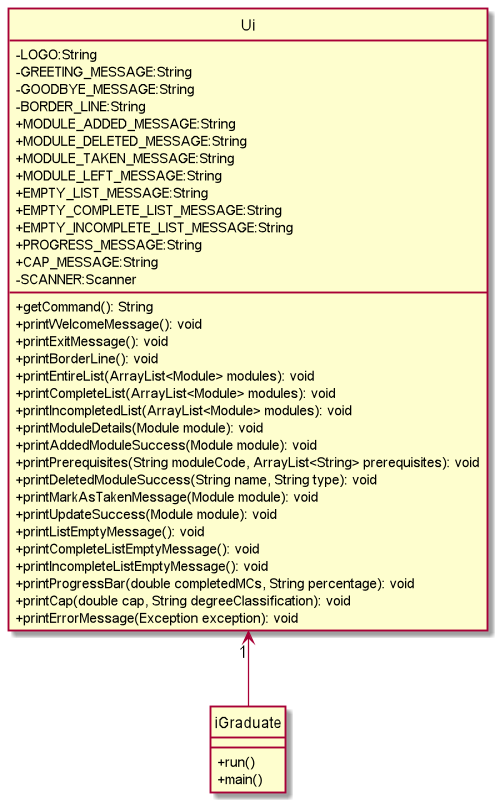
Earlier version of the PlantUML export docs/images/UiClassDiagram.png (oscarlai1998/tp).
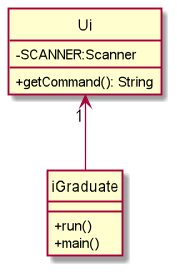
After the commit.

The edit, as a diff of the source:
```diff
@@ -3,39 +3,8 @@
 skinparam classAttributeIconSize 0
 
 Ui"1" <-- iGraduate
-Ui : -LOGO:String
-Ui : -GREETING_MESSAGE:String
-Ui : -GOODBYE_MESSAGE:String
-Ui : -BORDER_LINE:String
-Ui : +MODULE_ADDED_MESSAGE:String
-Ui : +MODULE_DELETED_MESSAGE:String
-Ui : +MODULE_TAKEN_MESSAGE:String
-Ui : +MODULE_LEFT_MESSAGE:String
-Ui : +EMPTY_LIST_MESSAGE:String
-Ui : +EMPTY_COMPLETE_LIST_MESSAGE:String
-Ui : +EMPTY_INCOMPLETE_LIST_MESSAGE:String
-Ui : +PROGRESS_MESSAGE:String
-Ui : +CAP_MESSAGE:String
 Ui : -SCANNER:Scanner
 Ui : +getCommand(): String
-Ui : +printWelcomeMessage(): void
-Ui : +printExitMessage(): void
-Ui : +printBorderLine(): void
-Ui : +printEntireList(ArrayList<Module> modules): void
-Ui : +printCompleteList(ArrayList<Module> modules): void
-Ui : +printIncompletedList(ArrayList<Module> modules): void
-Ui : +printModuleDetails(Module module): void
-Ui : +printAddedModuleSuccess(Module module): void
-Ui : +printPrerequisites(String moduleCode, ArrayList<String> prerequisites): void
-Ui : +printDeletedModuleSuccess(String name, String type): void
-Ui : +printMarkAsTakenMessage(Module module): void
-Ui : +printUpdateSuccess(Module module): void
-Ui : +printListEmptyMessage(): void
-Ui : +printCompleteListEmptyMessage(): void
-Ui : +printIncompleteListEmptyMessage(): void
-Ui : +printProgressBar(double completedMCs, String percentage): void
-Ui : +printCap(double cap, String degreeClassification): void
-Ui : +printErrorMessage(Exception exception): void
 
 
 
```
